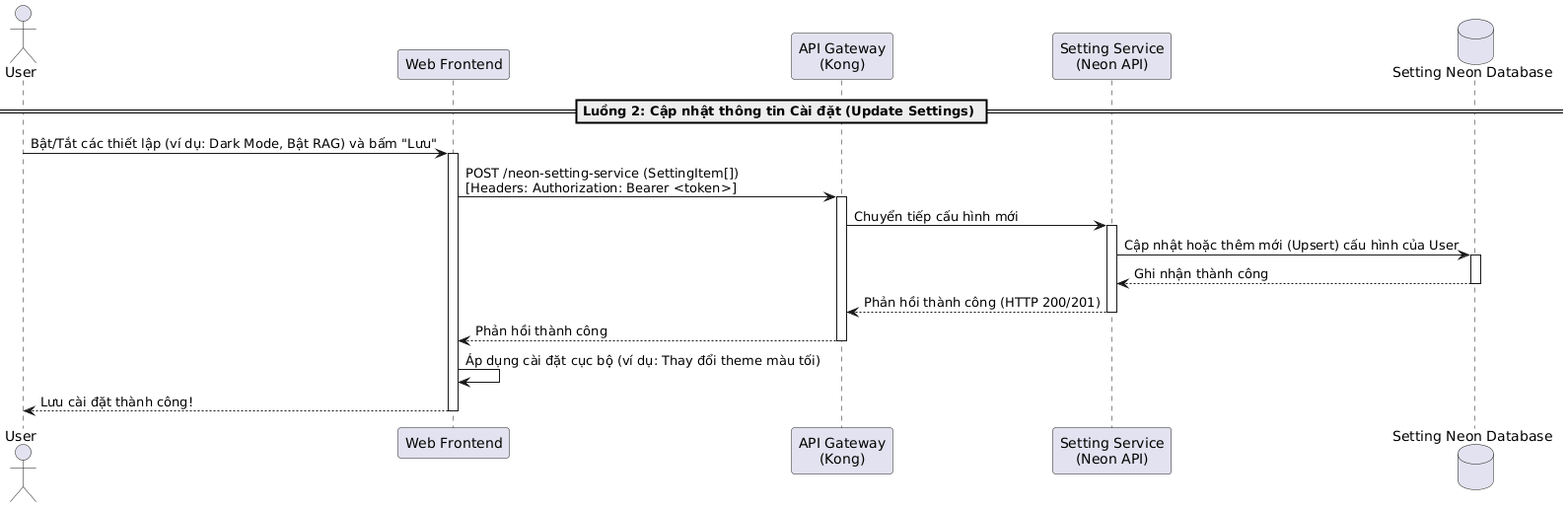
Above: latex/contents/Sequence/UML-Sequence-16.png in 20206205Tech/docs-latex (PlantUML), before the change. Source of this version:
```plantuml
@startuml
actor "User" as User
participant "Web Frontend" as Frontend
participant "API Gateway\n(Kong)" as Kong
participant "Setting Service\n(Neon API)" as SettingService
database "Setting Neon Database" as DB

== Luồng 2: Cập nhật thông tin Cài đặt (Update Settings) ==
User -> Frontend: Bật/Tắt các thiết lập (ví dụ: Dark Mode, Bật RAG) và bấm "Lưu"
activate Frontend

Frontend -> Kong: POST /neon-setting-service (SettingItem[]) \n[Headers: Authorization: Bearer <token>]
activate Kong
Kong -> SettingService: Chuyển tiếp cấu hình mới
activate SettingService
SettingService -> DB: Cập nhật hoặc thêm mới (Upsert) cấu hình của User
activate DB
DB --> SettingService: Ghi nhận thành công
deactivate DB
SettingService --> Kong: Phản hồi thành công (HTTP 200/201)
deactivate SettingService
Kong --> Frontend: Phản hồi thành công
deactivate Kong

Frontend -> Frontend: Áp dụng cài đặt cục bộ (ví dụ: Thay đổi theme màu tối)
Frontend --> User: Lưu cài đặt thành công!
deactivate Frontend
@enduml
```
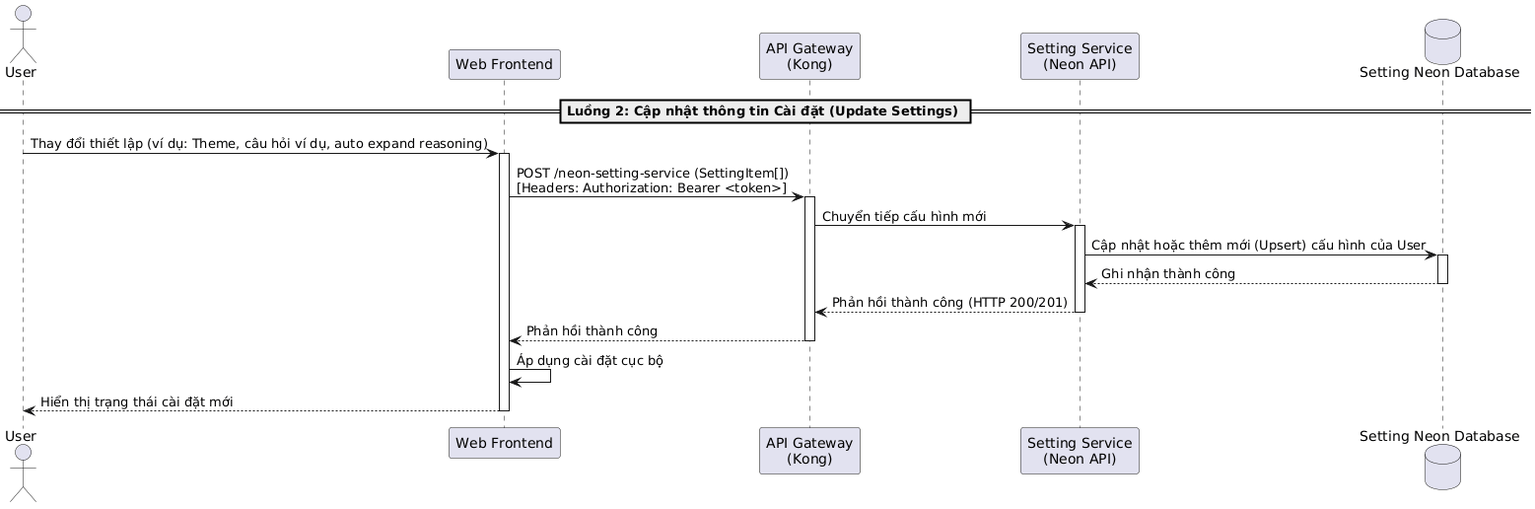
The same file after the commit.

What changed in the source:
```diff
@@ -6,7 +6,7 @@
 database "Setting Neon Database" as DB
 
 == Luồng 2: Cập nhật thông tin Cài đặt (Update Settings) ==
-User -> Frontend: Bật/Tắt các thiết lập (ví dụ: Dark Mode, Bật RAG) và bấm "Lưu"
+User -> Frontend: Thay đổi thiết lập (ví dụ: Theme, câu hỏi ví dụ, auto expand reasoning)
 activate Frontend
 
 Frontend -> Kong: POST /neon-setting-service (SettingItem[]) \n[Headers: Authorization: Bearer <token>]
@@ -22,7 +22,7 @@
 Kong --> Frontend: Phản hồi thành công
 deactivate Kong
 
-Frontend -> Frontend: Áp dụng cài đặt cục bộ (ví dụ: Thay đổi theme màu tối)
-Frontend --> User: Lưu cài đặt thành công!
+Frontend -> Frontend: Áp dụng cài đặt cục bộ
+Frontend --> User: Hiển thị trạng thái cài đặt mới
 deactivate Frontend
 @enduml
```
